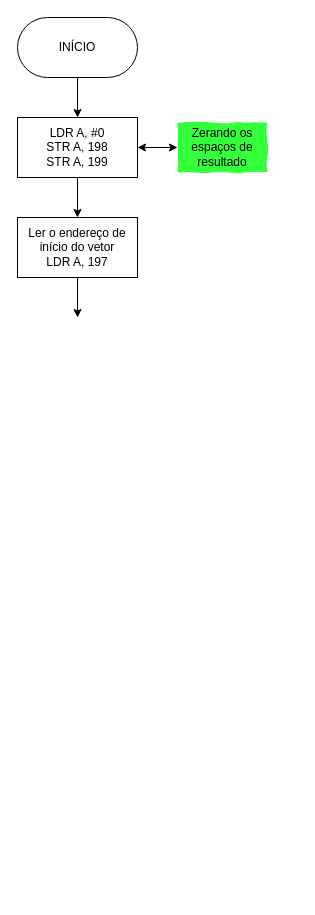
This is page "FluxogramaRad" (1 of 2) of Fluxogramas/FluxogramaTrabalhoRamses_19_1.drawio from gabrielluizcm/TrabalhoRamses_19_1, a draw.io file, before an edit. Source tidied: cells renumbered, new cells numbered last; positions are measured from the earlier drawing's top-left corner, leaving out a move shared by most shapes. Both pictures are drawn from the tidied source at 100%, with x=0, y=0 at pixel (17, 17).
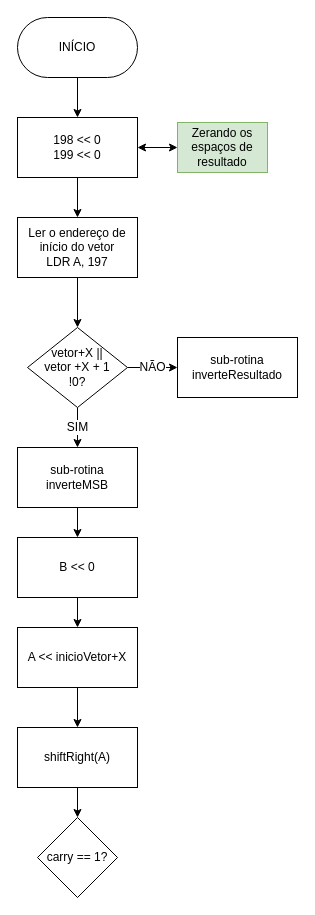
The same page after the edit.

Unchanged cells that the change refers to:
```xml
<mxCell id="8" value="Ler o endereço de início do vetor&lt;br&gt;LDR A, 197&lt;br&gt;" style="rounded=0;whiteSpace=wrap;html=1;arcSize=50;" parent="1" vertex="1">
  <mxGeometry y="200" width="120" height="60" as="geometry" />
</mxCell>
```

What changed in the source:
```diff
@@
-    <mxCell id="4" value="LDR A, #0&lt;br&gt;STR A, 198&lt;br&gt;STR A, 199&lt;br&gt;" style="rounded=0;whiteSpace=wrap;html=1;arcSize=50;" parent="1" vertex="1">
+    <mxCell id="4" value="198 &amp;lt;&amp;lt; 0&lt;br&gt;199 &amp;lt;&amp;lt; 0&lt;br&gt;" style="rounded=0;whiteSpace=wrap;html=1;arcSize=50;" parent="1" vertex="1">
       <mxGeometry y="100" width="120" height="60" as="geometry" />
     </mxCell>
-    <mxCell id="5" value="Zerando os espaços de resultado" style="text;html=1;strokeColor=none;fillColor=#33FF3A;align=center;verticalAlign=middle;whiteSpace=wrap;rounded=0;gradientColor=none;comic=1;" parent="1" vertex="1">
+    <mxCell id="5" value="Zerando os espaços de resultado" style="text;html=1;strokeColor=#82b366;fillColor=#d5e8d4;align=center;verticalAlign=middle;whiteSpace=wrap;rounded=0;comic=0;" parent="1" vertex="1">
       <mxGeometry x="160" y="105" width="90" height="50" as="geometry" />
     </mxCell>
@@
-    <mxCell id="9" style="endArrow=classic;html=1;exitX=0.5;exitY=1;exitDx=0;exitDy=0;" parent="1" edge="1" source="8">
-      <mxGeometry relative="1" as="geometry">
-        <mxPoint x="60" y="300" as="targetPoint" />
-      </mxGeometry>
+    <mxCell id="9" style="endArrow=classic;html=1;exitX=0.5;exitY=1;exitDx=0;exitDy=0;entryX=0.5;entryY=0;entryDx=0;entryDy=0;" parent="1" edge="1" source="8" target="12">
+      <mxGeometry relative="1" as="geometry" />
     </mxCell>
+    <mxCell id="10" value="SIM" style="edgeStyle=orthogonalEdgeStyle;rounded=0;jettySize=auto;html=1;exitX=0.5;exitY=1;exitDx=0;exitDy=0;fontSize=12;entryX=0.5;entryY=0;entryDx=0;entryDy=0;" parent="1" edge="1" source="12" target="14">
+      <mxGeometry relative="1" as="geometry" />
+    </mxCell>
+    <mxCell id="11" value="NÃO" style="edgeStyle=orthogonalEdgeStyle;rounded=0;jettySize=auto;html=1;exitX=1;exitY=0.5;exitDx=0;exitDy=0;fontSize=12;" parent="1" edge="1" source="12" target="15">
+      <mxGeometry relative="1" as="geometry" />
+    </mxCell>
+    <mxCell id="12" value="vetor+X ||&lt;br&gt;vetor +X + 1&lt;br&gt;!0?&lt;br&gt;" style="rhombus;whiteSpace=wrap;html=1;rounded=0;comic=0;strokeColor=#000000;fillColor=#ffffff;fontSize=12;" parent="1" vertex="1">
+      <mxGeometry x="10" y="310" width="100" height="80" as="geometry" />
+    </mxCell>
+    <mxCell id="13" style="edgeStyle=orthogonalEdgeStyle;rounded=0;jettySize=auto;html=1;exitX=0.5;exitY=1;exitDx=0;exitDy=0;fontSize=12;" parent="1" edge="1" source="14" target="17">
+      <mxGeometry relative="1" as="geometry" />
+    </mxCell>
+    <mxCell id="14" value="sub-rotina&lt;br&gt;inverteMSB&lt;br&gt;" style="rounded=0;whiteSpace=wrap;html=1;comic=0;strokeColor=#000000;fillColor=#ffffff;fontSize=12;" parent="1" vertex="1">
+      <mxGeometry y="430" width="120" height="60" as="geometry" />
+    </mxCell>
+    <mxCell id="15" value="sub-rotina&lt;br&gt;inverteResultado&lt;br&gt;" style="rounded=0;whiteSpace=wrap;html=1;" parent="1" vertex="1">
+      <mxGeometry x="160" y="320" width="120" height="60" as="geometry" />
+    </mxCell>
+    <mxCell id="16" style="edgeStyle=orthogonalEdgeStyle;rounded=0;jettySize=auto;html=1;exitX=0.5;exitY=1;exitDx=0;exitDy=0;fontSize=12;" parent="1" edge="1" source="17" target="19">
+      <mxGeometry relative="1" as="geometry" />
+    </mxCell>
+    <mxCell id="17" value="B &amp;lt;&amp;lt; 0" style="rounded=0;whiteSpace=wrap;html=1;" parent="1" vertex="1">
+      <mxGeometry y="520" width="120" height="60" as="geometry" />
+    </mxCell>
+    <mxCell id="18" style="edgeStyle=orthogonalEdgeStyle;rounded=0;jettySize=auto;html=1;exitX=0.5;exitY=1;exitDx=0;exitDy=0;fontSize=12;" parent="1" edge="1" source="19" target="21">
+      <mxGeometry relative="1" as="geometry" />
+    </mxCell>
+    <mxCell id="19" value="A &amp;lt;&amp;lt; inicioVetor+X" style="rounded=0;whiteSpace=wrap;html=1;" parent="1" vertex="1">
+      <mxGeometry y="610" width="120" height="60" as="geometry" />
+    </mxCell>
+    <mxCell id="20" style="edgeStyle=orthogonalEdgeStyle;rounded=0;jettySize=auto;html=1;exitX=0.5;exitY=1;exitDx=0;exitDy=0;fontSize=12;" parent="1" edge="1" source="21" target="22">
+      <mxGeometry relative="1" as="geometry" />
+    </mxCell>
+    <mxCell id="21" value="shiftRight(A)" style="rounded=0;whiteSpace=wrap;html=1;" parent="1" vertex="1">
+      <mxGeometry y="710" width="120" height="60" as="geometry" />
+    </mxCell>
+    <mxCell id="22" value="carry == 1?" style="rhombus;whiteSpace=wrap;html=1;" parent="1" vertex="1">
+      <mxGeometry x="20" y="800" width="80" height="80" as="geometry" />
+    </mxCell>
```
